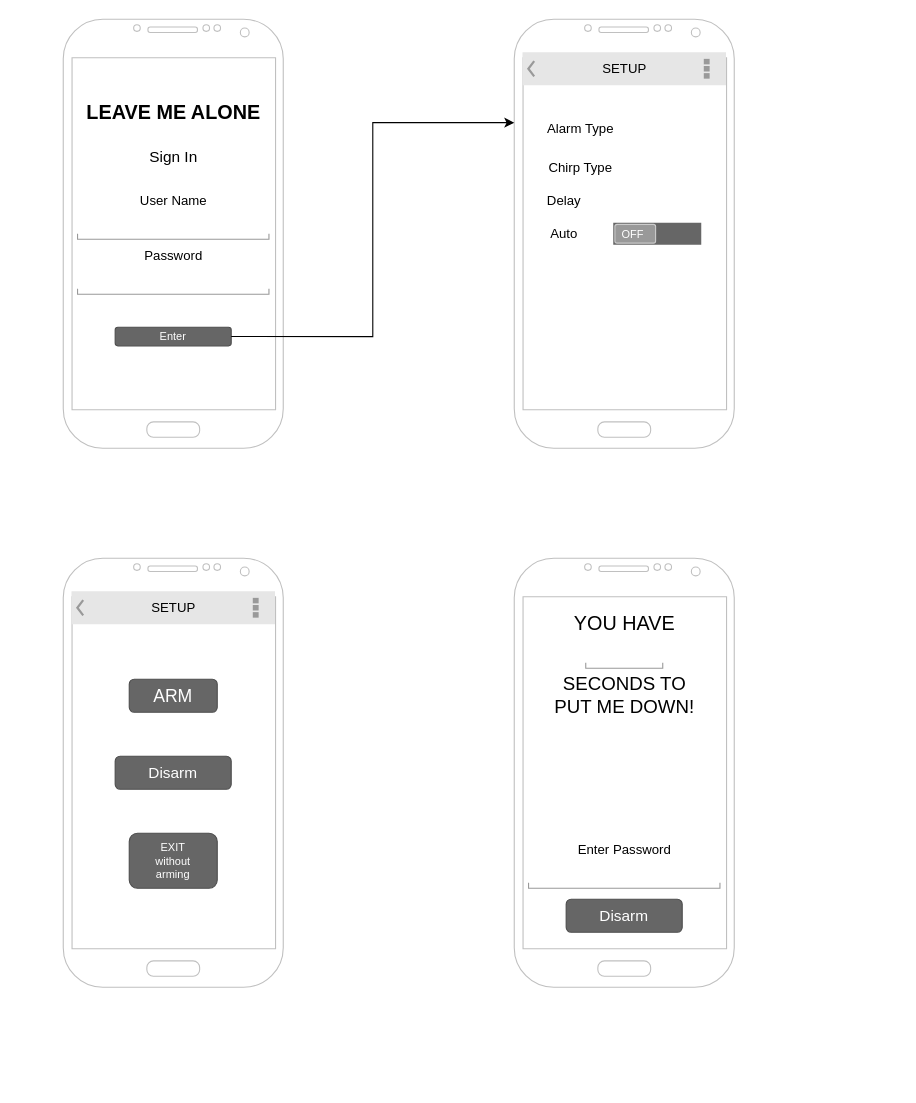
Above: page "Page-1" (1 of 2) of work/Wireframe.drawio in ddc-java-17/leave-me-alone-reedsearle (draw.io), before the change. Source tidied: cells renumbered, new cells numbered last; positions are measured from the earlier drawing's top-left corner, leaving out a move shared by most shapes. Both pictures are drawn from the tidied source at 110%, with x=0, y=0 at pixel (63, 19).
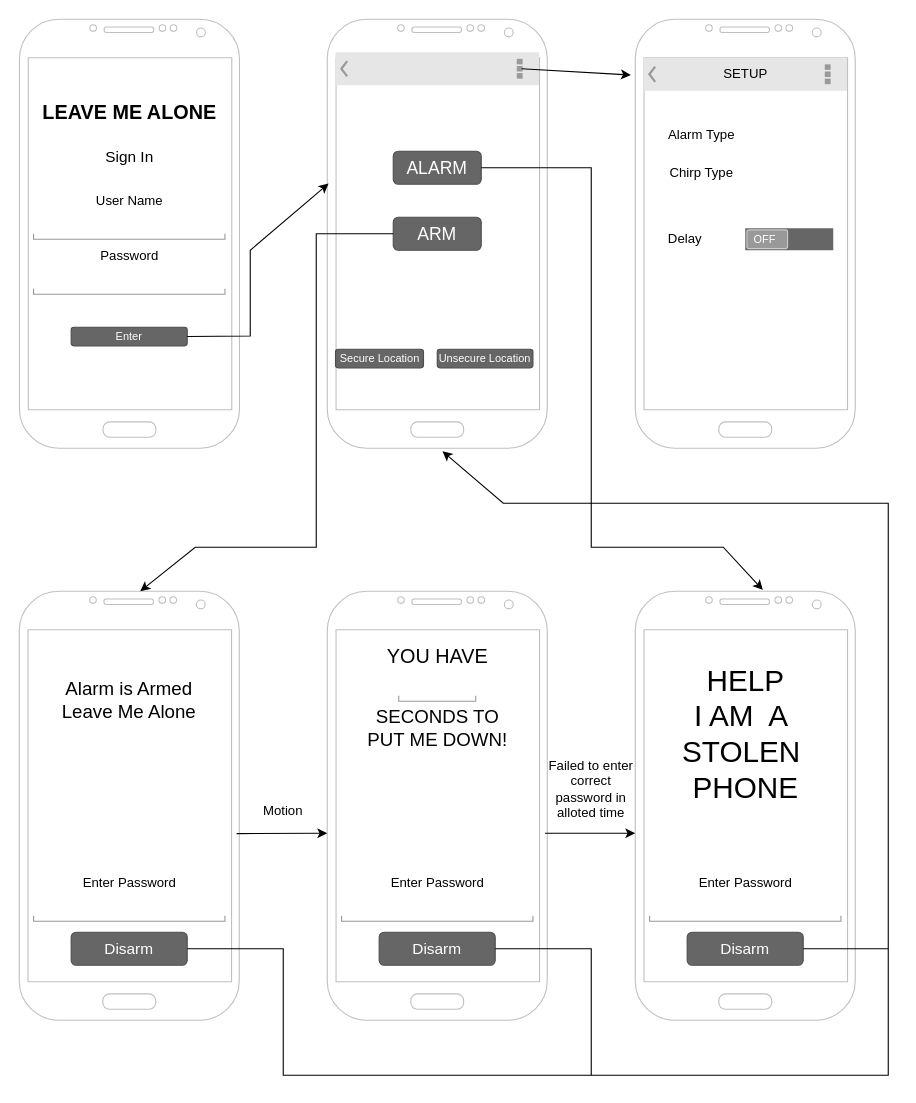
The same diagram, later.

Change to the diagram source:
```diff
@@
     <mxCell id="2" style="verticalLabelPosition=bottom;verticalAlign=top;html=1;shadow=0;dashed=0;strokeWidth=1;shape=mxgraph.android.phone2;strokeColor=#c0c0c0;" parent="1" vertex="1">
-      <mxGeometry width="200" height="390" as="geometry" />
+      <mxGeometry x="-39.8" width="200" height="390" as="geometry" />
     </mxCell>
     <mxCell id="3" value="&lt;p style=&quot;line-height: 200%;&quot;&gt;&lt;font style=&quot;font-size: 18px;&quot;&gt;&lt;b&gt;LEAVE ME ALONE&lt;/b&gt;&lt;/font&gt;&lt;/p&gt;" style="text;html=1;align=center;verticalAlign=middle;strokeColor=none;fillColor=none;" parent="1" vertex="1">
-      <mxGeometry x="10" y="55" width="180" height="60" as="geometry" />
+      <mxGeometry x="-30" y="55" width="180" height="60" as="geometry" />
     </mxCell>
     <mxCell id="4" value="&lt;font style=&quot;font-size: 14px;&quot;&gt;Sign In&lt;/font&gt;" style="text;html=1;align=center;verticalAlign=middle;strokeColor=none;fillColor=none;" parent="1" vertex="1">
-      <mxGeometry x="65" y="110" width="70" height="30" as="geometry" />
+      <mxGeometry x="25" y="110" width="70" height="30" as="geometry" />
     </mxCell>
     <mxCell id="5" style="strokeWidth=1;html=1;shadow=0;dashed=0;shape=mxgraph.android.textfield;align=center;strokeColor=#999999;" parent="1" vertex="1">
-      <mxGeometry x="13" y="170" width="174" height="30" as="geometry" />
+      <mxGeometry x="-27" y="170" width="174" height="30" as="geometry" />
     </mxCell>
     <mxCell id="6" style="strokeWidth=1;html=1;shadow=0;dashed=0;shape=mxgraph.android.textfield;align=center;strokeColor=#999999;" parent="1" vertex="1">
-      <mxGeometry x="13" y="220" width="174" height="30" as="geometry" />
+      <mxGeometry x="-27" y="220" width="174" height="30" as="geometry" />
     </mxCell>
     <mxCell id="7" value="User Name" style="text;html=1;align=center;verticalAlign=middle;strokeColor=none;fillColor=none;" parent="1" vertex="1">
-      <mxGeometry x="60" y="150" width="80" height="30" as="geometry" />
+      <mxGeometry x="20" y="150" width="80" height="30" as="geometry" />
     </mxCell>
     <mxCell id="8" value="Password" style="text;html=1;align=center;verticalAlign=middle;strokeColor=none;fillColor=none;" parent="1" vertex="1">
-      <mxGeometry x="60" y="200" width="80" height="30" as="geometry" />
+      <mxGeometry x="20" y="200" width="80" height="30" as="geometry" />
     </mxCell>
     <mxCell id="9" value="Enter" style="rounded=1;html=1;shadow=0;dashed=0;whiteSpace=wrap;fontSize=10;fillColor=#666666;align=center;strokeColor=#4D4D4D;fontColor=#ffffff;" parent="1" vertex="1">
-      <mxGeometry x="47.2" y="280" width="105.5" height="16.9" as="geometry" />
+      <mxGeometry x="7.2" y="280" width="105.5" height="16.9" as="geometry" />
     </mxCell>
+    <mxCell id="30" style="group;" parent="1" vertex="1">
+      <mxGeometry x="240" width="200" height="390" as="geometry" />
+    </mxCell>
+    <mxCell id="18" style="verticalLabelPosition=bottom;verticalAlign=top;html=1;shadow=0;dashed=0;strokeWidth=1;shape=mxgraph.android.phone2;strokeColor=#c0c0c0;" parent="30" vertex="1">
+      <mxGeometry width="200" height="390" as="geometry" />
+    </mxCell>
+    <mxCell id="28" value="&lt;font style=&quot;font-size: 16px;&quot;&gt;ARM&lt;/font&gt;" style="rounded=1;html=1;shadow=0;dashed=0;whiteSpace=wrap;fontSize=10;fillColor=#666666;align=center;strokeColor=#4D4D4D;fontColor=#ffffff;" parent="30" vertex="1">
+      <mxGeometry x="60" y="180" width="80" height="30" as="geometry" />
+    </mxCell>
+    <mxCell id="31" value="&lt;font style=&quot;font-size: 16px;&quot;&gt;ALARM&lt;/font&gt;" style="rounded=1;html=1;shadow=0;dashed=0;whiteSpace=wrap;fontSize=10;fillColor=#666666;align=center;strokeColor=#4D4D4D;fontColor=#ffffff;" parent="30" vertex="1">
+      <mxGeometry x="60" y="120" width="80" height="30" as="geometry" />
+    </mxCell>
+    <mxCell id="32" value="Secure Location" style="rounded=1;html=1;shadow=0;dashed=0;whiteSpace=wrap;fontSize=10;fillColor=#666666;align=center;strokeColor=#4D4D4D;fontColor=#ffffff;" parent="30" vertex="1">
+      <mxGeometry x="7.5" y="300" width="80" height="16.9" as="geometry" />
+    </mxCell>
+    <mxCell id="33" value="Unsecure Location" style="rounded=1;html=1;shadow=0;dashed=0;whiteSpace=wrap;fontSize=10;fillColor=#666666;align=center;strokeColor=#4D4D4D;fontColor=#ffffff;" parent="30" vertex="1">
+      <mxGeometry x="100" y="300" width="87" height="16.9" as="geometry" />
+    </mxCell>
+    <mxCell id="34" style="strokeWidth=1;html=1;shadow=0;dashed=0;shape=mxgraph.android.action_bar;fillColor=#E6E6E6;strokeColor=#c0c0c0;strokeWidth=2;whiteSpace=wrap;" parent="30" vertex="1">
+      <mxGeometry x="7.5" y="30" width="185" height="30" as="geometry" />
+    </mxCell>
     <mxCell id="10" style="verticalLabelPosition=bottom;verticalAlign=top;html=1;shadow=0;dashed=0;strokeWidth=1;shape=mxgraph.android.phone2;strokeColor=#c0c0c0;" parent="1" vertex="1">
-      <mxGeometry x="410" width="200" height="390" as="geometry" />
+      <mxGeometry x="520" width="200" height="390" as="geometry" />
     </mxCell>
     <mxCell id="11" value="Alarm Type" style="text;html=1;align=center;verticalAlign=middle;strokeColor=none;fillColor=none;" parent="1" vertex="1">
-      <mxGeometry x="430" y="85" width="80" height="30" as="geometry" />
+      <mxGeometry x="540" y="90" width="80" height="30" as="geometry" />
     </mxCell>
     <mxCell id="12" value="Chirp Type" style="text;html=1;align=center;verticalAlign=middle;strokeColor=none;fillColor=none;" parent="1" vertex="1">
-      <mxGeometry x="430" y="120" width="80" height="30" as="geometry" />
+      <mxGeometry x="540" y="125" width="80" height="30" as="geometry" />
     </mxCell>
     <mxCell id="13" value="Delay" style="text;html=1;align=center;verticalAlign=middle;strokeColor=none;fillColor=none;" parent="1" vertex="1">
-      <mxGeometry x="430" y="150" width="50" height="30" as="geometry" />
+      <mxGeometry x="540" y="185" width="50" height="30" as="geometry" />
     </mxCell>
     <mxCell id="14" style="verticalLabelPosition=bottom;verticalAlign=top;html=1;shadow=0;dashed=0;strokeWidth=1;shape=mxgraph.android.switch_off;fillColor=#666666;sketch=0;" parent="1" vertex="1">
-      <mxGeometry x="500" y="185" width="80" height="20" as="geometry" />
+      <mxGeometry x="620" y="190" width="80" height="20" as="geometry" />
     </mxCell>
-    <mxCell id="15" value="Auto" style="text;html=1;align=center;verticalAlign=middle;strokeColor=none;fillColor=none;" parent="1" vertex="1">
-      <mxGeometry x="430" y="180" width="50" height="30" as="geometry" />
-    </mxCell>
-    <mxCell id="16" value="&lt;font style=&quot;font-size: 10px;&quot;&gt;EXIT&lt;br&gt;without&lt;br&gt;arming&lt;br&gt;&lt;/font&gt;" style="rounded=1;html=1;shadow=0;dashed=0;whiteSpace=wrap;fontSize=10;fillColor=#666666;align=center;strokeColor=#4D4D4D;fontColor=#ffffff;" parent="1" vertex="1">
-      <mxGeometry x="60" y="740" width="80" height="50" as="geometry" />
-    </mxCell>
-    <mxCell id="17" style="edgeStyle=orthogonalEdgeStyle;rounded=0;jettySize=auto;html=1;exitX=1;exitY=0.5;exitDx=0;exitDy=0;entryX=0;entryY=0.241;entryDx=0;entryDy=0;entryPerimeter=0;" parent="1" edge="1" source="9" target="10">
-      <mxGeometry relative="1" as="geometry" />
-    </mxCell>
-    <mxCell id="18" style="verticalLabelPosition=bottom;verticalAlign=top;html=1;shadow=0;dashed=0;strokeWidth=1;shape=mxgraph.android.phone2;strokeColor=#c0c0c0;" parent="1" vertex="1">
-      <mxGeometry y="490" width="200" height="390" as="geometry" />
-    </mxCell>
-    <mxCell id="19" value="&lt;font style=&quot;font-size: 14px;&quot;&gt;Disarm&lt;/font&gt;" style="rounded=1;html=1;shadow=0;dashed=0;whiteSpace=wrap;fontSize=10;fillColor=#666666;align=center;strokeColor=#4D4D4D;fontColor=#ffffff;" parent="1" vertex="1">
-      <mxGeometry x="47.2" y="670" width="105.5" height="30" as="geometry" />
-    </mxCell>
+    <mxCell id="27" value="SETUP" style="strokeWidth=1;html=1;shadow=0;dashed=0;shape=mxgraph.android.action_bar;fillColor=#E6E6E6;strokeColor=#c0c0c0;strokeWidth=2;whiteSpace=wrap;" parent="1" vertex="1">
+      <mxGeometry x="527.5" y="35" width="185" height="30" as="geometry" />
+    </mxCell>
+    <mxCell id="35" style="group;" parent="1" vertex="1">
+      <mxGeometry x="240" y="520" width="200" height="390" as="geometry" />
+    </mxCell>
+    <mxCell id="36" style="verticalLabelPosition=bottom;verticalAlign=top;html=1;shadow=0;dashed=0;strokeWidth=1;shape=mxgraph.android.phone2;strokeColor=#c0c0c0;" parent="35" vertex="1">
+      <mxGeometry width="200" height="390" as="geometry" />
+    </mxCell>
+    <mxCell id="37" value="&lt;font style=&quot;font-size: 18px;&quot;&gt;YOU HAVE&lt;/font&gt;" style="text;html=1;align=center;verticalAlign=middle;strokeColor=none;fillColor=none;" parent="35" vertex="1">
+      <mxGeometry x="40" y="40" width="120" height="40" as="geometry" />
+    </mxCell>
+    <mxCell id="22" value="&lt;font style=&quot;font-size: 17px;&quot;&gt;SECONDS TO&lt;br&gt;PUT ME DOWN!&lt;/font&gt;" style="text;html=1;align=center;verticalAlign=middle;strokeColor=none;fillColor=none;" parent="35" vertex="1">
+      <mxGeometry x="25" y="100" width="150" height="50" as="geometry" />
+    </mxCell>
+    <mxCell id="38" style="strokeWidth=1;html=1;shadow=0;dashed=0;shape=mxgraph.android.textfield;align=center;strokeColor=#999999;" parent="35" vertex="1">
+      <mxGeometry x="65" y="70" width="70" height="30" as="geometry" />
+    </mxCell>
+    <mxCell id="39" value="&lt;font style=&quot;font-size: 14px;&quot;&gt;Disarm&lt;/font&gt;" style="rounded=1;html=1;shadow=0;dashed=0;whiteSpace=wrap;fontSize=10;fillColor=#666666;align=center;strokeColor=#4D4D4D;fontColor=#ffffff;" parent="35" vertex="1">
+      <mxGeometry x="47.2" y="310" width="105.5" height="30" as="geometry" />
+    </mxCell>
+    <mxCell id="40" style="strokeWidth=1;html=1;shadow=0;dashed=0;shape=mxgraph.android.textfield;align=center;strokeColor=#999999;" parent="35" vertex="1">
+      <mxGeometry x="13" y="270" width="174" height="30" as="geometry" />
+    </mxCell>
+    <mxCell id="41" value="Enter Password" style="text;html=1;align=center;verticalAlign=middle;strokeColor=none;fillColor=none;" parent="35" vertex="1">
+      <mxGeometry x="45" y="250" width="110" height="30" as="geometry" />
+    </mxCell>
+    <mxCell id="42" style="group;" parent="1" vertex="1">
+      <mxGeometry x="-40" y="520" width="200" height="390" as="geometry" />
+    </mxCell>
+    <mxCell id="43" style="verticalLabelPosition=bottom;verticalAlign=top;html=1;shadow=0;dashed=0;strokeWidth=1;shape=mxgraph.android.phone2;strokeColor=#c0c0c0;" parent="42" vertex="1">
+      <mxGeometry width="200" height="390" as="geometry" />
+    </mxCell>
+    <mxCell id="44" value="&lt;font style=&quot;font-size: 14px;&quot;&gt;Disarm&lt;/font&gt;" style="rounded=1;html=1;shadow=0;dashed=0;whiteSpace=wrap;fontSize=10;fillColor=#666666;align=center;strokeColor=#4D4D4D;fontColor=#ffffff;" parent="42" vertex="1">
+      <mxGeometry x="47.2" y="310" width="105.5" height="30" as="geometry" />
+    </mxCell>
+    <mxCell id="45" style="strokeWidth=1;html=1;shadow=0;dashed=0;shape=mxgraph.android.textfield;align=center;strokeColor=#999999;" parent="42" vertex="1">
+      <mxGeometry x="13" y="270" width="174" height="30" as="geometry" />
+    </mxCell>
+    <mxCell id="46" value="Enter Password" style="text;html=1;align=center;verticalAlign=middle;strokeColor=none;fillColor=none;" parent="42" vertex="1">
+      <mxGeometry x="45" y="250" width="110" height="30" as="geometry" />
+    </mxCell>
+    <mxCell id="47" value="&lt;font style=&quot;font-size: 17px;&quot;&gt;Alarm is Armed&lt;/font&gt;&lt;div style=&quot;font-size: 17px;&quot;&gt;&lt;font style=&quot;font-size: 17px;&quot;&gt;Leave Me Alone&lt;/font&gt;&lt;/div&gt;" style="whiteSpace=wrap;html=1;fillColor=none;strokeColor=none;" parent="42" vertex="1">
+      <mxGeometry x="15" y="70" width="170" height="60" as="geometry" />
+    </mxCell>
     <mxCell id="20" style="verticalLabelPosition=bottom;verticalAlign=top;html=1;shadow=0;dashed=0;strokeWidth=1;shape=mxgraph.android.phone2;strokeColor=#c0c0c0;" parent="1" vertex="1">
-      <mxGeometry x="410" y="490" width="200" height="390" as="geometry" />
+      <mxGeometry x="520" y="520" width="200" height="390" as="geometry" />
     </mxCell>
-    <mxCell id="21" value="&lt;font style=&quot;font-size: 18px;&quot;&gt;YOU HAVE&lt;/font&gt;" style="text;html=1;align=center;verticalAlign=middle;strokeColor=none;fillColor=none;" parent="1" vertex="1">
-      <mxGeometry x="450" y="530" width="120" height="40" as="geometry" />
+    <mxCell id="21" value="&lt;font style=&quot;font-size: 27px;&quot;&gt;HELP&lt;/font&gt;&lt;div style=&quot;font-size: 27px;&quot;&gt;&lt;font style=&quot;font-size: 27px;&quot;&gt;I AM&amp;nbsp; A&amp;nbsp;&lt;/font&gt;&lt;/div&gt;&lt;div style=&quot;font-size: 27px;&quot;&gt;&lt;font style=&quot;font-size: 27px;&quot;&gt;STOLEN&amp;nbsp;&lt;/font&gt;&lt;/div&gt;&lt;div style=&quot;font-size: 27px;&quot;&gt;&lt;font style=&quot;font-size: 27px;&quot;&gt;PHONE&lt;/font&gt;&lt;/div&gt;" style="text;html=1;align=center;verticalAlign=middle;strokeColor=none;fillColor=none;" parent="1" vertex="1">
+      <mxGeometry x="550" y="580" width="140" height="140" as="geometry" />
     </mxCell>
-    <mxCell id="22" value="&lt;font style=&quot;font-size: 17px;&quot;&gt;SECONDS TO&lt;br&gt;PUT ME DOWN!&lt;/font&gt;" style="text;html=1;align=center;verticalAlign=middle;strokeColor=none;fillColor=none;" parent="1" vertex="1">
-      <mxGeometry x="435" y="590" width="150" height="50" as="geometry" />
-    </mxCell>
-    <mxCell id="23" style="strokeWidth=1;html=1;shadow=0;dashed=0;shape=mxgraph.android.textfield;align=center;strokeColor=#999999;" parent="1" vertex="1">
-      <mxGeometry x="475" y="560" width="70" height="30" as="geometry" />
-    </mxCell>
     <mxCell id="24" value="&lt;font style=&quot;font-size: 14px;&quot;&gt;Disarm&lt;/font&gt;" style="rounded=1;html=1;shadow=0;dashed=0;whiteSpace=wrap;fontSize=10;fillColor=#666666;align=center;strokeColor=#4D4D4D;fontColor=#ffffff;" parent="1" vertex="1">
-      <mxGeometry x="457.2" y="800" width="105.5" height="30" as="geometry" />
+      <mxGeometry x="567.2" y="830" width="105.5" height="30" as="geometry" />
     </mxCell>
     <mxCell id="25" style="strokeWidth=1;html=1;shadow=0;dashed=0;shape=mxgraph.android.textfield;align=center;strokeColor=#999999;" parent="1" vertex="1">
-      <mxGeometry x="423" y="760" width="174" height="30" as="geometry" />
+      <mxGeometry x="533" y="790" width="174" height="30" as="geometry" />
     </mxCell>
     <mxCell id="26" value="Enter Password" style="text;html=1;align=center;verticalAlign=middle;strokeColor=none;fillColor=none;" parent="1" vertex="1">
-      <mxGeometry x="455" y="740" width="110" height="30" as="geometry" />
+      <mxGeometry x="565" y="770" width="110" height="30" as="geometry" />
     </mxCell>
-    <mxCell id="27" value="SETUP" style="strokeWidth=1;html=1;shadow=0;dashed=0;shape=mxgraph.android.action_bar;fillColor=#E6E6E6;strokeColor=#c0c0c0;strokeWidth=2;whiteSpace=wrap;" parent="1" vertex="1">
-      <mxGeometry x="417.5" y="30" width="185" height="30" as="geometry" />
-    </mxCell>
-    <mxCell id="28" value="&lt;font style=&quot;font-size: 16px;&quot;&gt;ARM&lt;/font&gt;" style="rounded=1;html=1;shadow=0;dashed=0;whiteSpace=wrap;fontSize=10;fillColor=#666666;align=center;strokeColor=#4D4D4D;fontColor=#ffffff;" parent="1" vertex="1">
-      <mxGeometry x="60" y="600" width="80" height="30" as="geometry" />
-    </mxCell>
-    <mxCell id="29" value="SETUP" style="strokeWidth=1;html=1;shadow=0;dashed=0;shape=mxgraph.android.action_bar;fillColor=#E6E6E6;strokeColor=#c0c0c0;strokeWidth=2;whiteSpace=wrap;" parent="1" vertex="1">
-      <mxGeometry x="7.5" y="520" width="185" height="30" as="geometry" />
-    </mxCell>
+    <mxCell id="48" style="endArrow=classic;html=1;rounded=0;exitX=1;exitY=0.5;exitDx=0;exitDy=0;entryX=0.006;entryY=0.383;entryDx=0;entryDy=0;entryPerimeter=0;" parent="1" edge="1" source="9" target="18">
+      <mxGeometry relative="1" as="geometry">
+        <Array as="points">
+          <mxPoint x="170" y="288" />
+          <mxPoint x="170" y="210" />
+        </Array>
+      </mxGeometry>
+    </mxCell>
+    <mxCell id="49" style="endArrow=classic;html=1;rounded=0;exitX=0;exitY=0.5;exitDx=0;exitDy=0;" parent="1" edge="1" source="28">
+      <mxGeometry relative="1" as="geometry">
+        <mxPoint x="70" y="520" as="targetPoint" />
+        <Array as="points">
+          <mxPoint x="230" y="195" />
+          <mxPoint x="230" y="480" />
+          <mxPoint x="120" y="480" />
+        </Array>
+      </mxGeometry>
+    </mxCell>
+    <mxCell id="50" style="endArrow=classic;html=1;rounded=0;exitX=1;exitY=0.5;exitDx=0;exitDy=0;entryX=0.58;entryY=-0.003;entryDx=0;entryDy=0;entryPerimeter=0;" parent="1" edge="1" source="31" target="20">
+      <mxGeometry relative="1" as="geometry">
+        <Array as="points">
+          <mxPoint x="480" y="135" />
+          <mxPoint x="480" y="480" />
+          <mxPoint x="600" y="480" />
+        </Array>
+      </mxGeometry>
+    </mxCell>
+    <mxCell id="51" style="endArrow=classic;html=1;rounded=0;exitX=0.988;exitY=0.565;exitDx=0;exitDy=0;exitPerimeter=0;" parent="1" edge="1" source="43">
+      <mxGeometry relative="1" as="geometry">
+        <mxPoint x="240" y="740" as="targetPoint" />
+      </mxGeometry>
+    </mxCell>
+    <mxCell id="52" style="endArrow=classic;html=1;rounded=0;exitX=0.988;exitY=0.565;exitDx=0;exitDy=0;exitPerimeter=0;" parent="1" edge="1">
+      <mxGeometry relative="1" as="geometry">
+        <mxPoint x="438" y="740" as="sourcePoint" />
+        <mxPoint x="520" y="740" as="targetPoint" />
+      </mxGeometry>
+    </mxCell>
+    <mxCell id="53" value="Motion" style="whiteSpace=wrap;html=1;fillColor=none;strokeColor=none;" parent="1" vertex="1">
+      <mxGeometry x="170" y="710" width="60" height="20" as="geometry" />
+    </mxCell>
+    <mxCell id="54" value="Failed to enter correct password in alloted time" style="whiteSpace=wrap;html=1;fillColor=none;strokeColor=none;" parent="1" vertex="1">
+      <mxGeometry x="440" y="670" width="80" height="60" as="geometry" />
+    </mxCell>
+    <mxCell id="55" style="endArrow=classic;html=1;rounded=0;entryX=-0.02;entryY=0.13;entryDx=0;entryDy=0;entryPerimeter=0;exitX=0.915;exitY=0.5;exitDx=0;exitDy=0;exitPerimeter=0;" parent="1" edge="1" source="34" target="10">
+      <mxGeometry relative="1" as="geometry" />
+    </mxCell>
+    <mxCell id="56" style="endArrow=classic;html=1;rounded=0;exitX=1;exitY=0.5;exitDx=0;exitDy=0;entryX=0.524;entryY=1.007;entryDx=0;entryDy=0;entryPerimeter=0;" parent="1" edge="1" source="44" target="18">
+      <mxGeometry relative="1" as="geometry">
+        <Array as="points">
+          <mxPoint x="200" y="845" />
+          <mxPoint x="200" y="960" />
+          <mxPoint x="750" y="960" />
+          <mxPoint x="750" y="440" />
+          <mxPoint x="400" y="440" />
+        </Array>
+      </mxGeometry>
+    </mxCell>
+    <mxCell id="57" style="endArrow=none;html=1;rounded=0;exitX=1;exitY=0.5;exitDx=0;exitDy=0;" parent="1" edge="1" source="39">
+      <mxGeometry relative="1" as="geometry">
+        <mxPoint x="480" y="960" as="targetPoint" />
+        <Array as="points">
+          <mxPoint x="480" y="845" />
+        </Array>
+      </mxGeometry>
+    </mxCell>
+    <mxCell id="58" style="endArrow=none;html=1;rounded=0;exitX=1;exitY=0.5;exitDx=0;exitDy=0;" parent="1" edge="1" source="24">
+      <mxGeometry relative="1" as="geometry">
+        <mxPoint x="750" y="845" as="targetPoint" />
+      </mxGeometry>
+    </mxCell>
```
